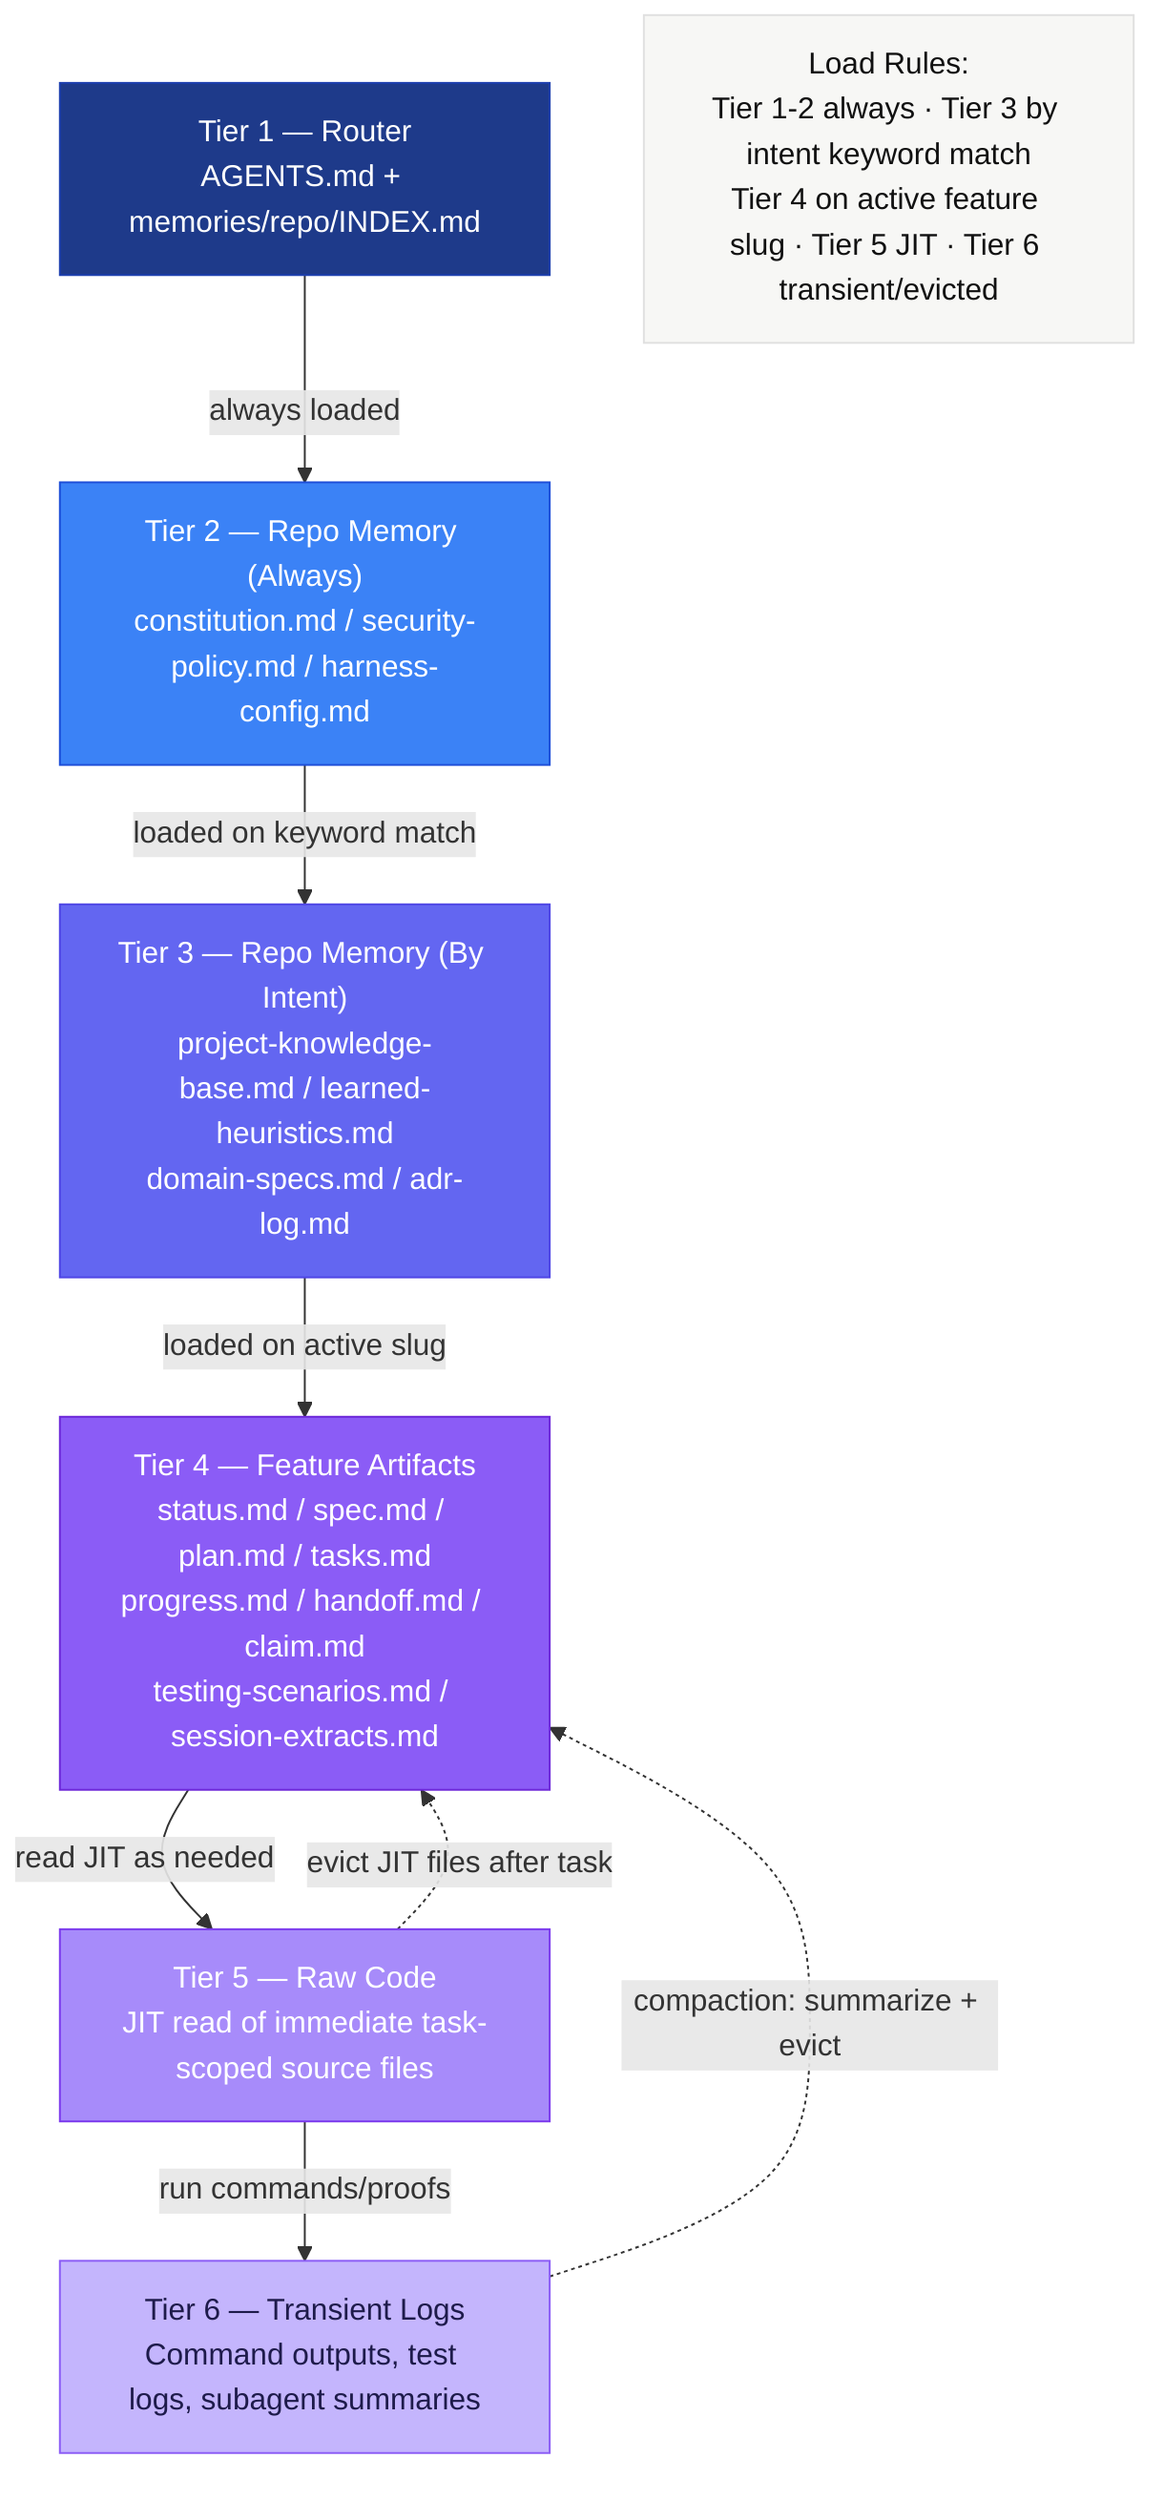
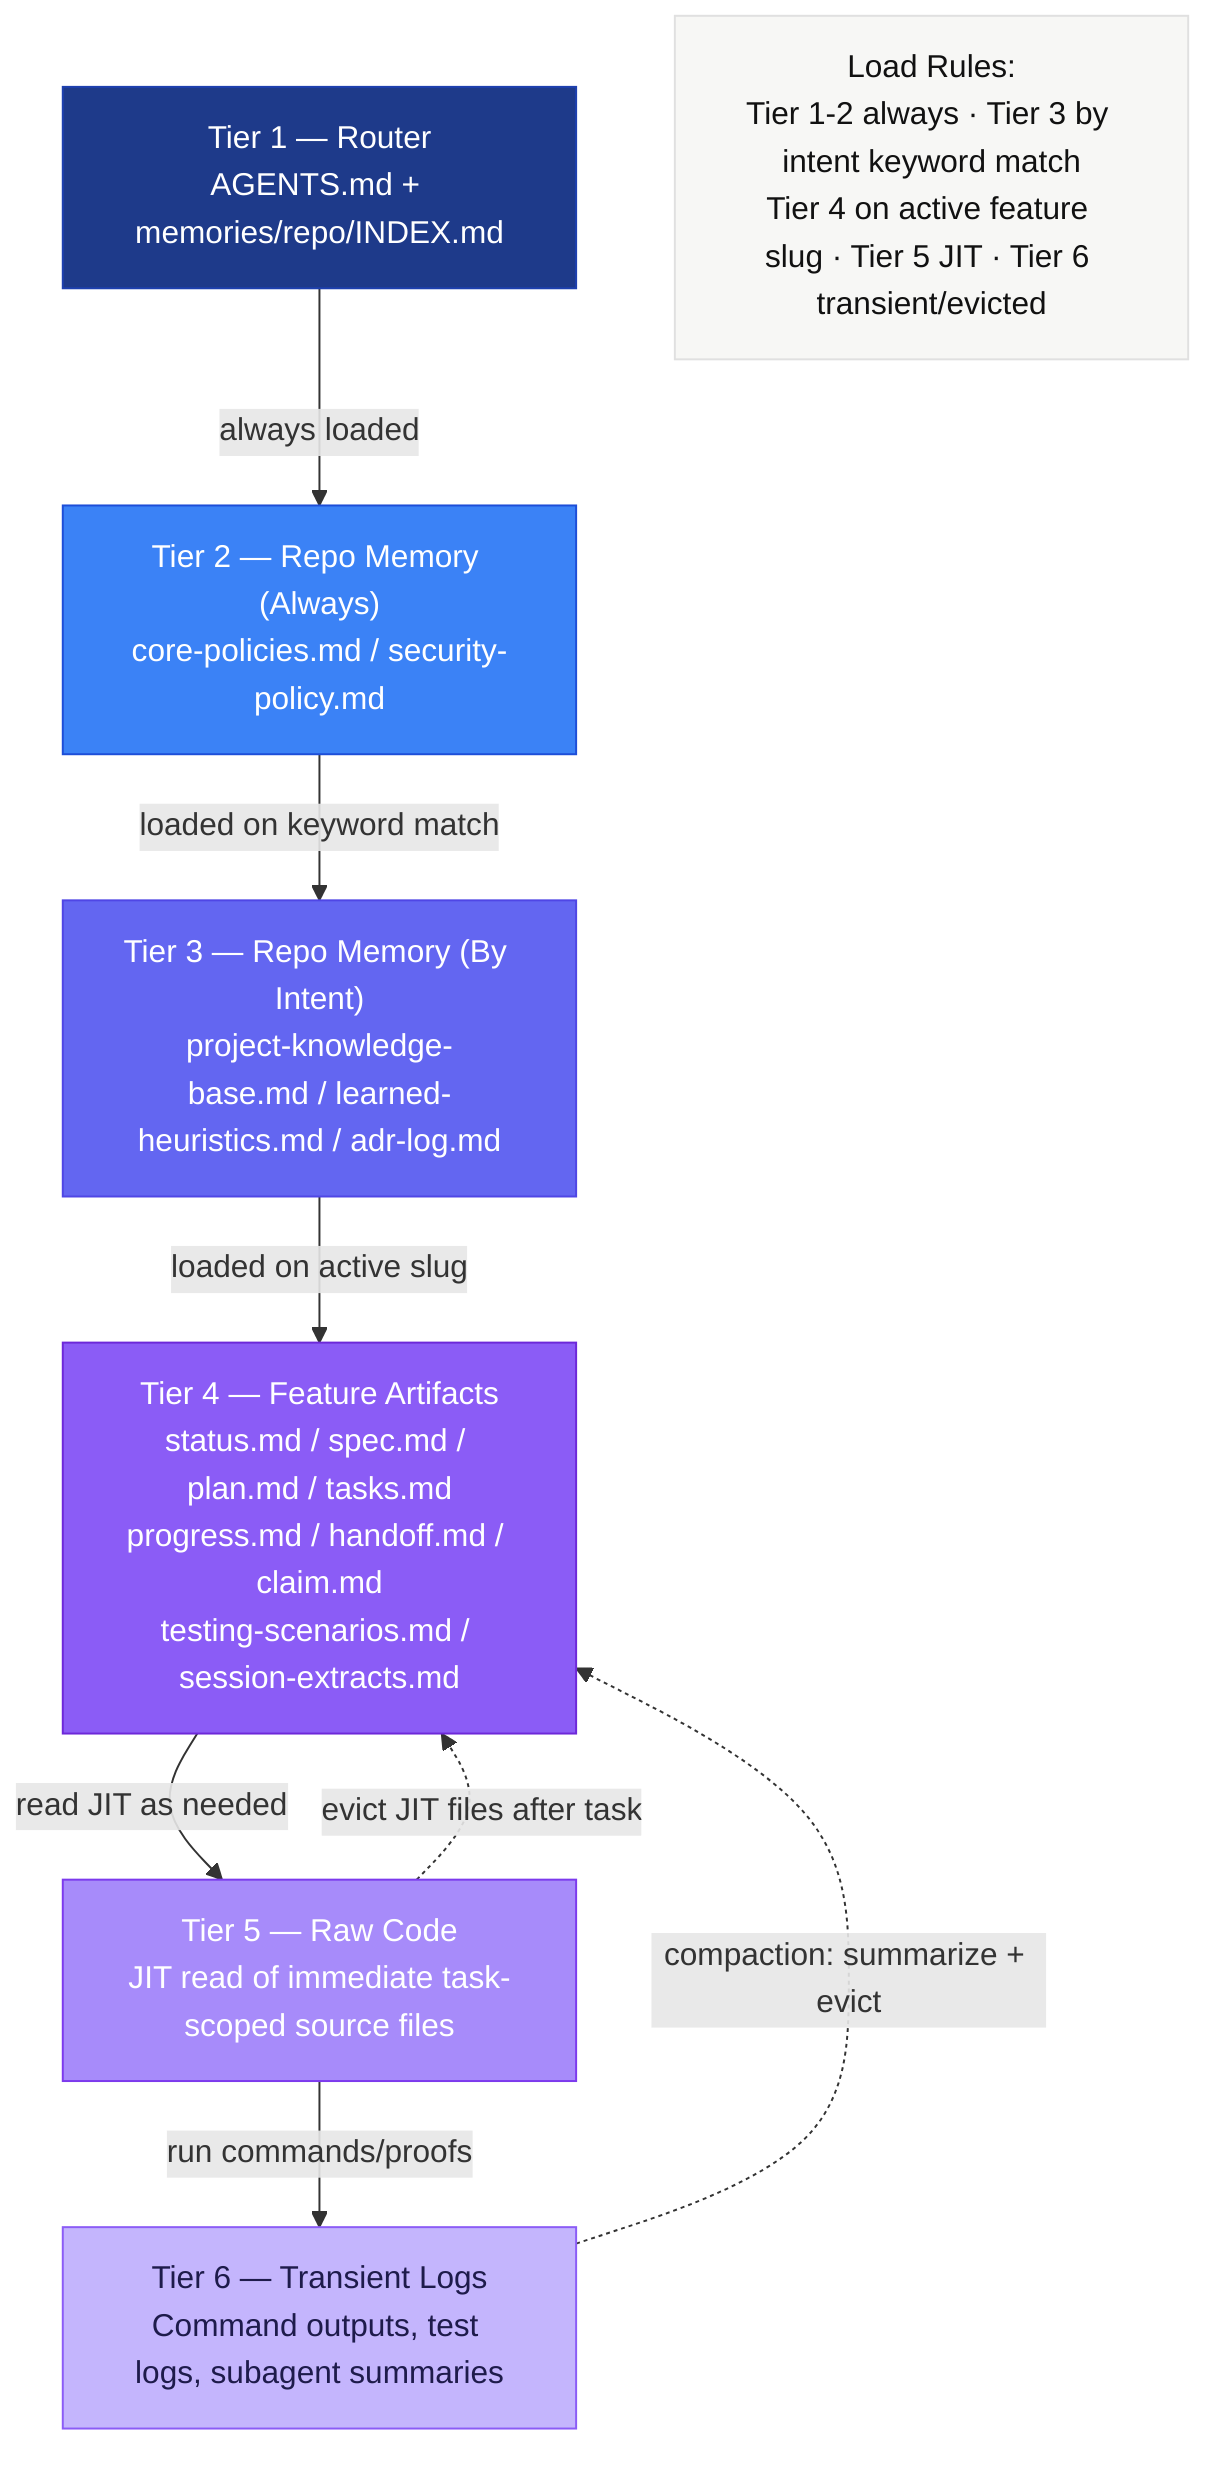
flowchart TB
    %% 6-Tier Context Assembly — highest signal to lowest

    T1["Tier 1 — Router<br/>AGENTS.md + memories/repo/INDEX.md"]:::t1
-     T2["Tier 2 — Repo Memory (Always)<br/>constitution.md / security-policy.md / harness-config.md"]:::t2
-     T3["Tier 3 — Repo Memory (By Intent)<br/>project-knowledge-base.md / learned-heuristics.md<br/>domain-specs.md / adr-log.md"]:::t3
+     T2["Tier 2 — Repo Memory (Always)<br/>core-policies.md / security-policy.md"]:::t2
+     T3["Tier 3 — Repo Memory (By Intent)<br/>project-knowledge-base.md / learned-heuristics.md / adr-log.md"]:::t3
    T4["Tier 4 — Feature Artifacts<br/>status.md / spec.md / plan.md / tasks.md<br/>progress.md / handoff.md / claim.md<br/>testing-scenarios.md / session-extracts.md"]:::t4
    T5["Tier 5 — Raw Code<br/>JIT read of immediate task-scoped source files"]:::t5
    T6["Tier 6 — Transient Logs<br/>Command outputs, test logs, subagent summaries"]:::t6

    T1 -->|always loaded| T2
    T2 -->|loaded on keyword match| T3
    T3 -->|loaded on active slug| T4
    T4 -->|read JIT as needed| T5
    T5 -->|run commands/proofs| T6

    T6 -.->|compaction: summarize + evict| T4
    T5 -.->|evict JIT files after task| T4

    LOAD["Load Rules:<br/>Tier 1-2 always · Tier 3 by intent keyword match<br/>Tier 4 on active feature slug · Tier 5 JIT · Tier 6 transient/evicted"]:::note

    classDef default fill:#f7f7f5,stroke:#e0e0e0,color:#111
    classDef t1 fill:#1e3a8a,stroke:#1e40af,color:#fff
    classDef t2 fill:#3b82f6,stroke:#1d4ed8,color:#fff
    classDef t3 fill:#6366f1,stroke:#4f46e5,color:#fff
    classDef t4 fill:#8b5cf6,stroke:#6d28d9,color:#fff
    classDef t5 fill:#a78bfa,stroke:#7c3aed,color:#fff
    classDef t6 fill:#c4b5fd,stroke:#8b5cf6,color:#1e1b4b
    classDef note fill:#f7f7f5,stroke:#e0e0e0,color:#111
